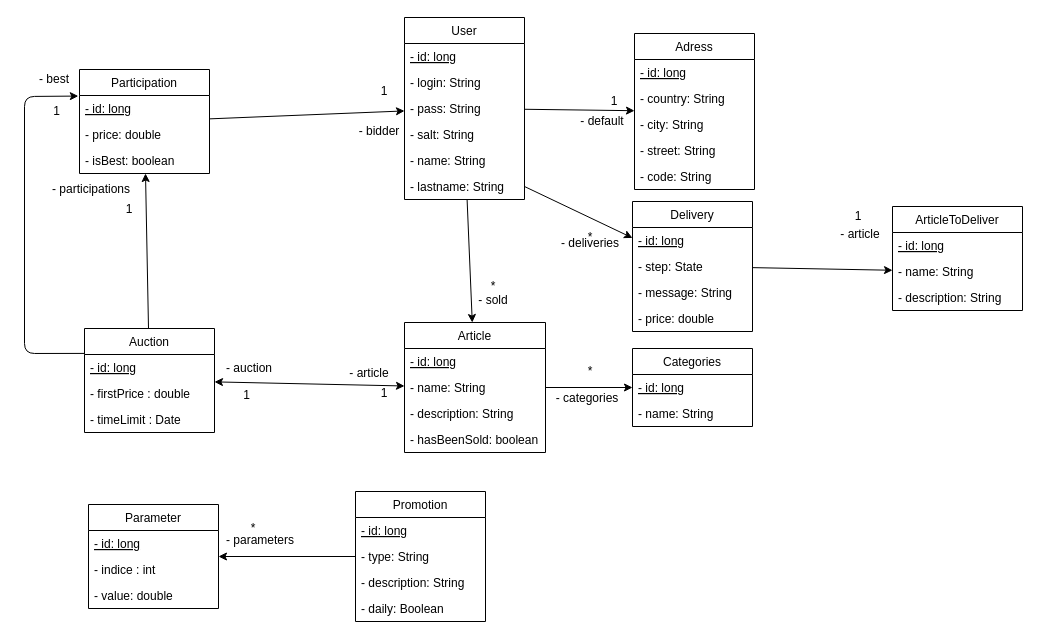
This is doc/conception/persistence.drawio from Reynault/Auction-JEE, a draw.io file, before an edit. Source tidied: cells renumbered, new cells numbered last; positions are measured from the earlier drawing's top-left corner, leaving out a move shared by most shapes. Both pictures are drawn from the tidied source at 100%, with x=0, y=0 at pixel (24, 17).
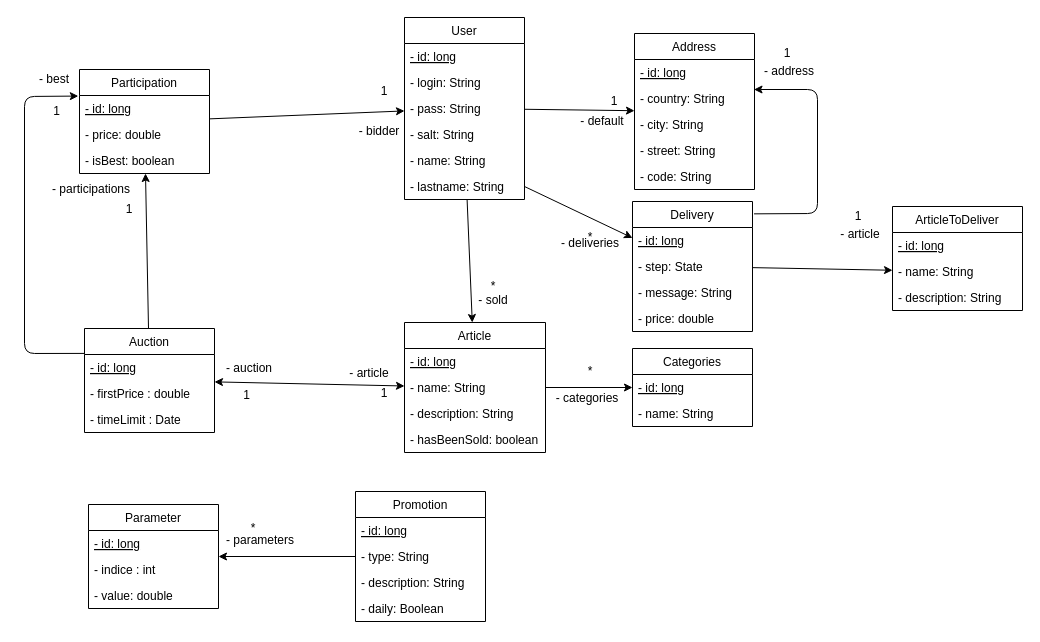
The same page after the edit.

The change refers to these unchanged cells:
```xml
<mxCell id="37" value="- country: String" style="text;strokeColor=none;fillColor=none;align=left;verticalAlign=top;spacingLeft=4;spacingRight=4;overflow=hidden;points=[[0,0.5],[1,0.5]];portConstraint=eastwest;" parent="35" vertex="1">
  <mxGeometry y="52" width="120" height="26" as="geometry" />
</mxCell>
<mxCell id="55" value="Delivery" style="swimlane;fontStyle=0;horizontal=1;startSize=26;fillColor=none;" parent="1" vertex="1">
  <mxGeometry x="608" y="184" width="120" height="130" as="geometry" />
</mxCell>
```

The edit, as a diff of the source:
```diff
@@
-    <mxCell id="35" value="Adress" style="swimlane;fontStyle=0;horizontal=1;startSize=26;fillColor=none;" parent="1" vertex="1">
+    <mxCell id="35" value="Address" style="swimlane;fontStyle=0;horizontal=1;startSize=26;fillColor=none;" parent="1" vertex="1">
       <mxGeometry x="610" y="16" width="120" height="156" as="geometry" />
     </mxCell>
@@
+    <mxCell id="81" style="endArrow=none;html=1;endFill=0;startArrow=classic;startFill=1;entryX=1.013;entryY=0.095;entryDx=0;entryDy=0;entryPerimeter=0;exitX=0.996;exitY=0.154;exitDx=0;exitDy=0;exitPerimeter=0;" parent="1" edge="1" source="37" target="55">
+      <mxGeometry relative="1" as="geometry">
+        <Array as="points">
+          <mxPoint x="793" y="72" />
+          <mxPoint x="793" y="196" />
+        </Array>
+      </mxGeometry>
+    </mxCell>
+    <mxCell id="82" value="1" style="text;html=1;strokeColor=none;fillColor=none;align=center;verticalAlign=middle;whiteSpace=wrap;rounded=0;" parent="1" vertex="1">
+      <mxGeometry x="743" y="26" width="40" height="20" as="geometry" />
+    </mxCell>
+    <mxCell id="83" value="- address" style="text;html=1;strokeColor=none;fillColor=none;align=center;verticalAlign=middle;whiteSpace=wrap;rounded=0;" parent="1" vertex="1">
+      <mxGeometry x="730" y="44" width="70" height="20" as="geometry" />
+    </mxCell>
```
